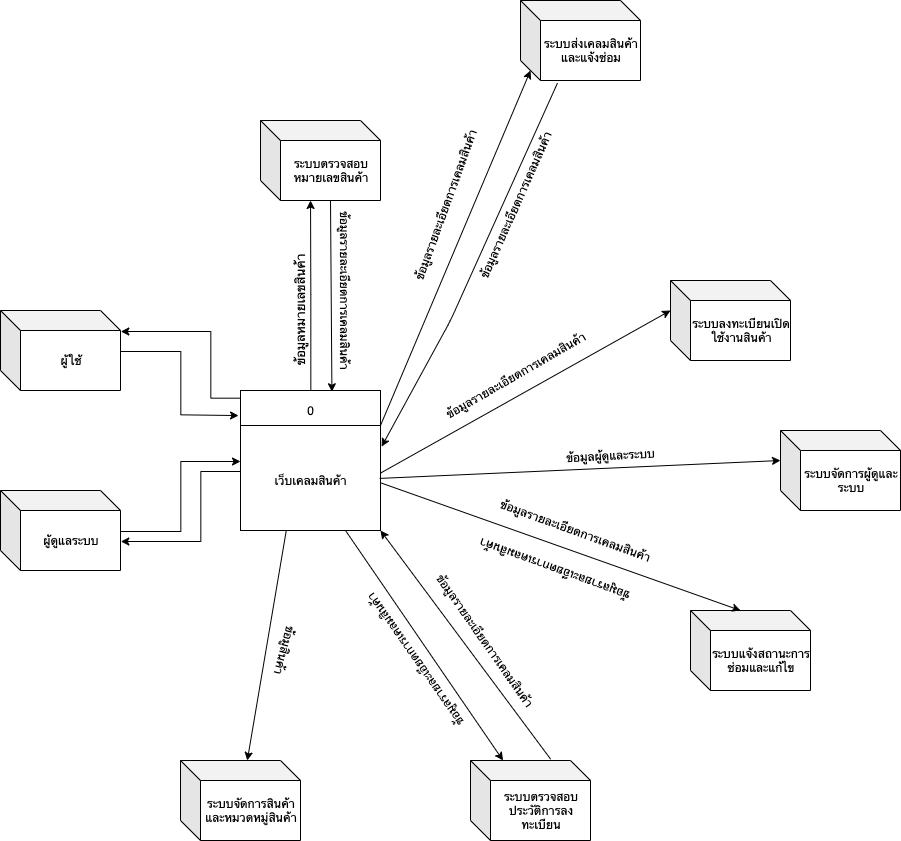
t6tg/kmutnbservice keeps this draw.io diagram as contect DFD.png. Above is the earlier version. Source tidied: cells renumbered, new cells last; positions are measured from the earlier drawing's top-left corner, leaving out a move shared by most shapes.
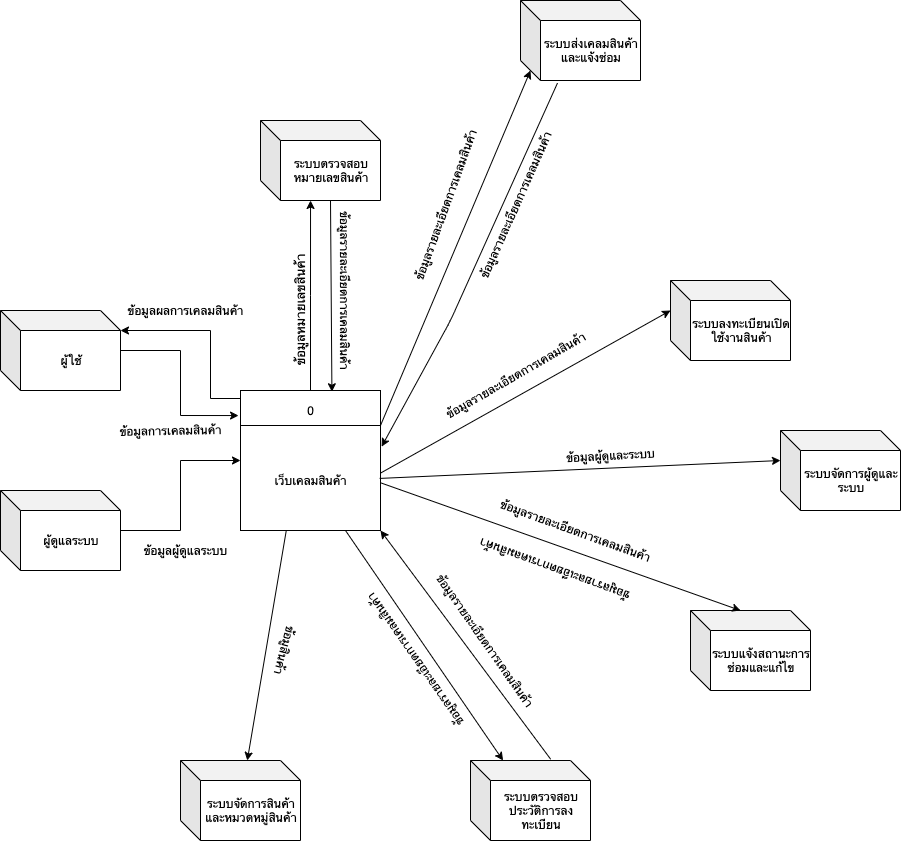
Above is the later version.

Commit message:
🐞 fix context-diagram bug

Diff of the diagram source:
```diff
@@ -83,14 +83,6 @@
     <mxCell id="28" style="endArrow=classic;html=1;fontSize=12;exitX=0.668;exitY=-0.016;exitDx=0;exitDy=0;exitPerimeter=0;entryX=1;entryY=1;entryDx=0;entryDy=0;" parent="1" edge="1" source="14" target="7">
       <mxGeometry relative="1" as="geometry" />
     </mxCell>
-    <mxCell id="29" style="edgeStyle=orthogonalEdgeStyle;rounded=0;jettySize=auto;html=1;exitX=0;exitY=0.571;exitDx=0;exitDy=0;exitPerimeter=0;entryX=0;entryY=0;entryDx=120;entryDy=50;entryPerimeter=0;" parent="1" edge="1" source="7" target="5">
-      <mxGeometry relative="1" as="geometry">
-        <Array as="points">
-          <mxPoint x="200" y="470" />
-          <mxPoint x="200" y="540" />
-        </Array>
-      </mxGeometry>
-    </mxCell>
     <mxCell id="30" style="edgeStyle=orthogonalEdgeStyle;rounded=0;jettySize=auto;html=1;entryX=0;entryY=0;entryDx=120;entryDy=20;entryPerimeter=0;exitX=-0.002;exitY=0.06;exitDx=0;exitDy=0;exitPerimeter=0;" parent="1" edge="1" source="7" target="3">
       <mxGeometry relative="1" as="geometry">
         <Array as="points">
@@ -130,5 +122,14 @@
     <mxCell id="39" value="ข้อมูสินค้า" style="text;html=1;align=center;verticalAlign=middle;fontSize=12;rotation=105;" parent="1" vertex="1">
       <mxGeometry x="250" y="640" width="70" height="20" as="geometry" />
     </mxCell>
+    <mxCell id="40" value="ข้อมูลผลการเคลมสินค้า&lt;br&gt;" style="text;html=1;align=center;verticalAlign=middle;" parent="1" vertex="1">
+      <mxGeometry x="120" y="300" width="130" height="20" as="geometry" />
+    </mxCell>
+    <mxCell id="41" value="ข้อมูลการเคลมสินค้า&lt;br&gt;" style="text;html=1;align=center;verticalAlign=middle;rotation=-1;" parent="1" vertex="1">
+      <mxGeometry x="110" y="420" width="120" height="20" as="geometry" />
+    </mxCell>
+    <mxCell id="42" value="ข้อมูลผู้ดูแลระบบ" style="text;html=1;align=center;verticalAlign=middle;" parent="1" vertex="1">
+      <mxGeometry x="135" y="540" width="100" height="20" as="geometry" />
+    </mxCell>
   </root>
 </mxGraphModel>
```
